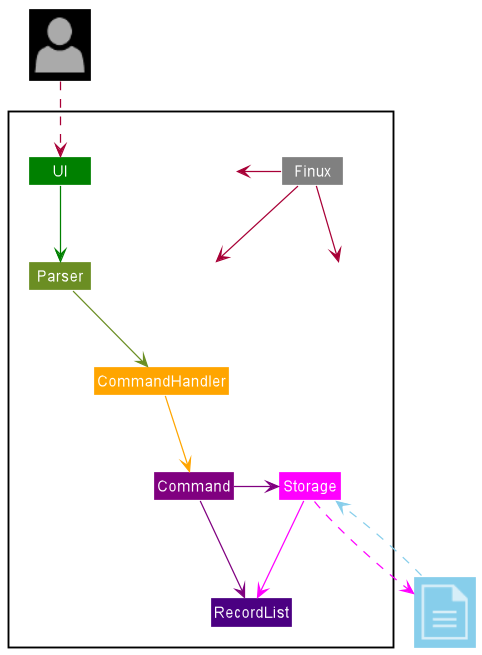
nus-cs2113-AY2021S2/tp keeps this PlantUML diagram as docs/img/ArchitectureDiagram.png. Above is the earlier version.
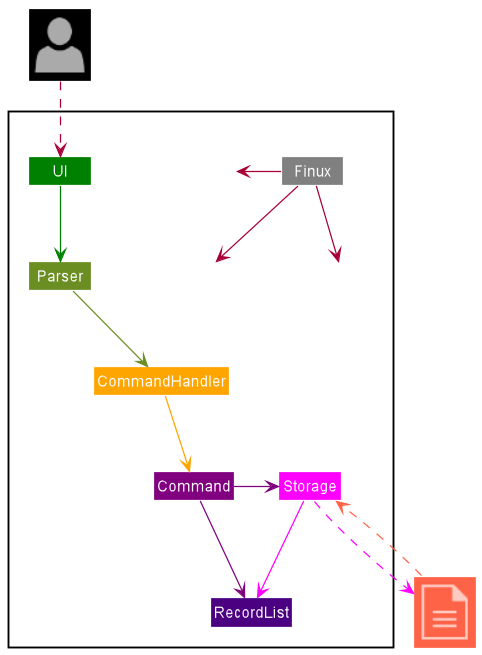
Above is the later version.

What changed in the source:
```diff
@@ -3,7 +3,6 @@
 !include <office/Concepts/document>
 !include <office/Users/user>
 !include style.puml
-
 
 Package " "<<Rectangle>> {
     Class UI #green
@@ -19,7 +18,7 @@
 }
 
 Class "<$user>" as User #black
-Class "<$document>" as File #skyblue
+Class "<$document>" as File #tomato
 
 User ..> UI
 UI -[#green]-> Parser
@@ -30,7 +29,7 @@
 Storage -[#magenta]-> RecordList
 
 Storage .[#magenta].> File
-File .[#skyblue].> Storage
+File .[#tomato].> Storage
 
 Finux -down-> Hidden
 Finux -left-> HiddenUI
```
